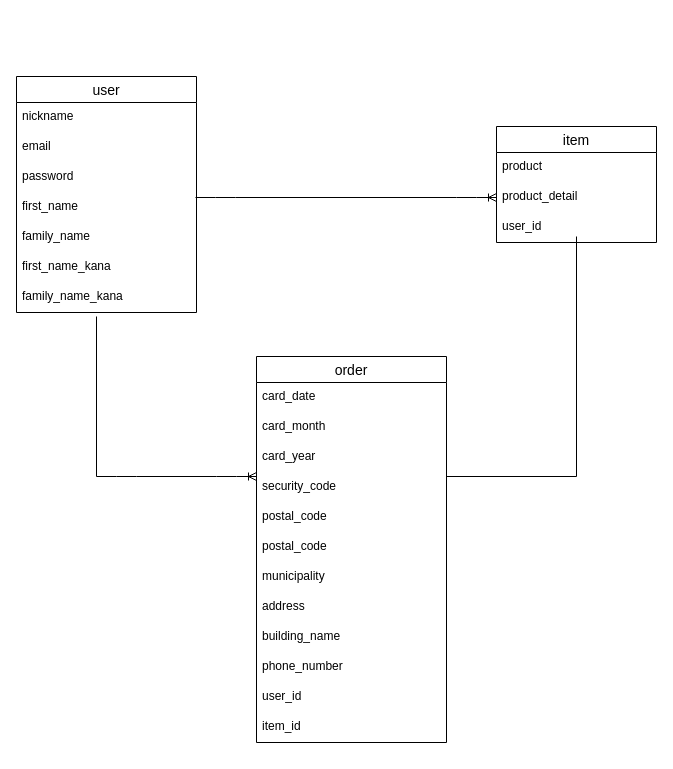
This is er.dio from sasaotomofumi/furima31990, a draw.io file, before an edit. Source tidied: cells renumbered, new cells numbered last; positions are measured from the earlier drawing's top-left corner, leaving out a move shared by most shapes. Both pictures are drawn from the tidied source at 100%, with x=0, y=0 at pixel (16, 76).
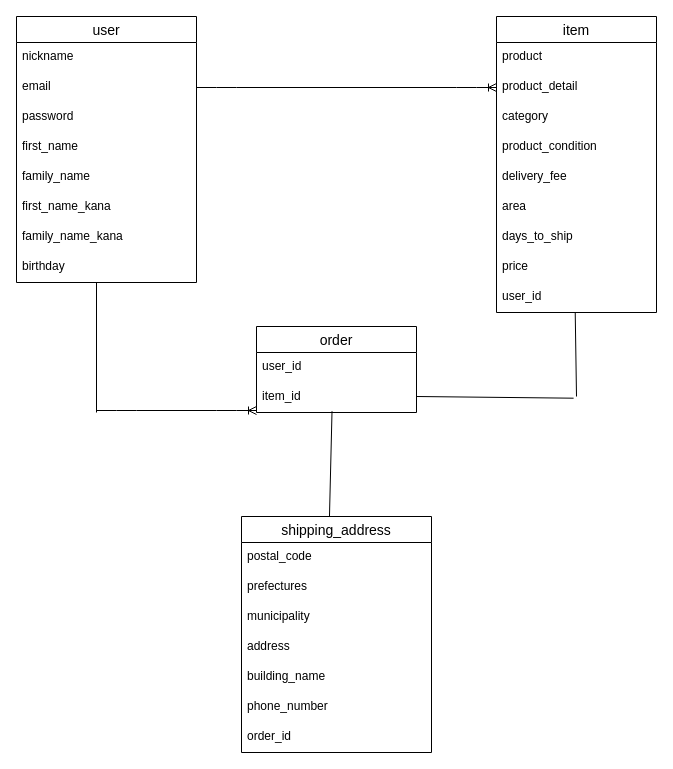
The same page after the edit.

Commit message (it also covers changes not shown here):
READEMEデータベース設計修正

Unchanged cells that the change refers to:
```xml
<mxCell id="4" value="email" style="text;strokeColor=none;fillColor=none;spacingLeft=4;spacingRight=4;overflow=hidden;points=[[0,0.5],[1,0.5]];portConstraint=eastwest;fontSize=12;" parent="2" vertex="1">
  <mxGeometry y="56" width="180" height="30" as="geometry" />
</mxCell>
```

The edit, as a diff of the source:
```diff
@@
+    <mxCell id="23" style="edgeStyle=entityRelationEdgeStyle;fontSize=12;html=1;endArrow=ERoneToMany;entryX=0;entryY=0.5;entryDx=0;entryDy=0;exitX=1;exitY=0.5;exitDx=0;exitDy=0;" parent="1" edge="1" source="4" target="26">
+      <mxGeometry relative="1" as="geometry" />
+    </mxCell>
+    <mxCell id="29" style="edgeStyle=entityRelationEdgeStyle;fontSize=12;html=1;endArrow=ERoneToMany;" parent="1" edge="1">
+      <mxGeometry relative="1" as="geometry">
+        <mxPoint x="80" y="334" as="sourcePoint" />
+        <mxPoint x="240" y="334" as="targetPoint" />
+      </mxGeometry>
+    </mxCell>
+    <mxCell id="30" style="endArrow=none;html=1;rounded=0;" parent="1" edge="1">
+      <mxGeometry relative="1" as="geometry">
+        <mxPoint x="80" y="206" as="sourcePoint" />
+        <mxPoint x="80" y="336" as="targetPoint" />
+      </mxGeometry>
+    </mxCell>
+    <mxCell id="31" style="endArrow=none;html=1;rounded=0;exitX=1.018;exitY=0.744;exitDx=0;exitDy=0;exitPerimeter=0;" parent="1" edge="1">
+      <mxGeometry relative="1" as="geometry">
+        <mxPoint x="400" y="320" as="sourcePoint" />
+        <mxPoint x="557.1" y="321.7" as="targetPoint" />
+      </mxGeometry>
+    </mxCell>
+    <mxCell id="28" style="endArrow=none;html=1;rounded=0;exitX=0.492;exitY=0.998;exitDx=0;exitDy=0;exitPerimeter=0;" parent="1" edge="1" source="39">
+      <mxGeometry relative="1" as="geometry">
+        <mxPoint x="560" y="320" as="targetPoint" />
+      </mxGeometry>
+    </mxCell>
     <mxCell id="2" value="user" style="swimlane;fontStyle=0;horizontal=1;startSize=26;align=center;fontSize=14;" parent="1" vertex="1">
-      <mxGeometry width="180" height="236" as="geometry" />
+      <mxGeometry y="-60" width="180" height="266" as="geometry" />
     </mxCell>
@@
+    <mxCell id="32" value="birthday" style="text;strokeColor=none;fillColor=none;spacingLeft=4;spacingRight=4;overflow=hidden;fontSize=12;" parent="2" vertex="1">
+      <mxGeometry y="236" width="180" height="30" as="geometry" />
+    </mxCell>
+    <mxCell id="24" value="item" style="swimlane;fontStyle=0;horizontal=1;startSize=26;align=center;fontSize=14;" parent="1" vertex="1">
+      <mxGeometry x="480" y="-60" width="160" height="296" as="geometry" />
+    </mxCell>
+    <mxCell id="25" value="product" style="text;strokeColor=none;fillColor=none;spacingLeft=4;spacingRight=4;overflow=hidden;fontSize=12;" parent="24" vertex="1">
+      <mxGeometry y="26" width="160" height="30" as="geometry" />
+    </mxCell>
+    <mxCell id="26" value="product_detail" style="text;strokeColor=none;fillColor=none;spacingLeft=4;spacingRight=4;overflow=hidden;points=[[0,0.5],[1,0.5]];portConstraint=eastwest;fontSize=12;" parent="24" vertex="1">
+      <mxGeometry y="56" width="160" height="30" as="geometry" />
+    </mxCell>
+    <mxCell id="33" value="category" style="text;strokeColor=none;fillColor=none;spacingLeft=4;spacingRight=4;overflow=hidden;fontSize=12;" parent="24" vertex="1">
+      <mxGeometry y="86" width="160" height="30" as="geometry" />
+    </mxCell>
+    <mxCell id="34" value="product_condition" style="text;strokeColor=none;fillColor=none;spacingLeft=4;spacingRight=4;overflow=hidden;fontSize=12;" parent="24" vertex="1">
+      <mxGeometry y="116" width="160" height="30" as="geometry" />
+    </mxCell>
+    <mxCell id="35" value="delivery_fee" style="text;strokeColor=none;fillColor=none;spacingLeft=4;spacingRight=4;overflow=hidden;fontSize=12;" parent="24" vertex="1">
+      <mxGeometry y="146" width="160" height="30" as="geometry" />
+    </mxCell>
+    <mxCell id="36" value="area" style="text;strokeColor=none;fillColor=none;spacingLeft=4;spacingRight=4;overflow=hidden;fontSize=12;" parent="24" vertex="1">
+      <mxGeometry y="176" width="160" height="30" as="geometry" />
+    </mxCell>
+    <mxCell id="37" value="days_to_ship" style="text;strokeColor=none;fillColor=none;spacingLeft=4;spacingRight=4;overflow=hidden;fontSize=12;" parent="24" vertex="1">
+      <mxGeometry y="206" width="160" height="30" as="geometry" />
+    </mxCell>
+    <mxCell id="38" value="price&#10;" style="text;strokeColor=none;fillColor=none;spacingLeft=4;spacingRight=4;overflow=hidden;fontSize=12;" parent="24" vertex="1">
+      <mxGeometry y="236" width="160" height="30" as="geometry" />
+    </mxCell>
+    <mxCell id="39" value="user_id" style="text;strokeColor=none;fillColor=none;spacingLeft=4;spacingRight=4;overflow=hidden;points=[[0,0.5],[1,0.5]];portConstraint=eastwest;fontSize=12;" parent="24" vertex="1">
+      <mxGeometry y="266" width="160" height="30" as="geometry" />
+    </mxCell>
+    <mxCell id="40" value="order" style="swimlane;fontStyle=0;horizontal=1;startSize=26;align=center;fontSize=14;" parent="1" vertex="1">
+      <mxGeometry x="240" y="250" width="160" height="86" as="geometry" />
+    </mxCell>
+    <mxCell id="41" value="user_id" style="text;strokeColor=none;fillColor=none;spacingLeft=4;spacingRight=4;overflow=hidden;fontSize=12;" parent="40" vertex="1">
+      <mxGeometry y="26" width="160" height="30" as="geometry" />
+    </mxCell>
+    <mxCell id="22" value="item_id" style="text;strokeColor=none;fillColor=none;spacingLeft=4;spacingRight=4;overflow=hidden;points=[[0,0.5],[1,0.5]];portConstraint=eastwest;fontSize=12;" parent="40" vertex="1">
+      <mxGeometry y="56" width="160" height="30" as="geometry" />
+    </mxCell>
-    <mxCell id="10" value="order" style="swimlane;fontStyle=0;horizontal=1;startSize=26;align=center;fontSize=14;" parent="1" vertex="1">
-      <mxGeometry x="240" y="280" width="190" height="386" as="geometry" />
+    <mxCell id="10" value="shipping_address" style="swimlane;fontStyle=0;horizontal=1;startSize=26;align=center;fontSize=14;" parent="1" vertex="1">
+      <mxGeometry x="225" y="440" width="190" height="236" as="geometry" />
     </mxCell>
-    <mxCell id="11" value="card_date" style="text;strokeColor=none;fillColor=none;spacingLeft=4;spacingRight=4;overflow=hidden;fontSize=12;" parent="10" vertex="1">
-      <mxGeometry y="26" width="190" height="30" as="geometry" />
-    </mxCell>
-    <mxCell id="12" value="card_month" style="text;strokeColor=none;fillColor=none;spacingLeft=4;spacingRight=4;overflow=hidden;fontSize=12;" parent="10" vertex="1">
-      <mxGeometry y="56" width="190" height="30" as="geometry" />
-    </mxCell>
-    <mxCell id="13" value="card_year" style="text;strokeColor=none;fillColor=none;spacingLeft=4;spacingRight=4;overflow=hidden;fontSize=12;" parent="10" vertex="1">
-      <mxGeometry y="86" width="190" height="30" as="geometry" />
-    </mxCell>
-    <mxCell id="14" value="security_code" style="text;strokeColor=none;fillColor=none;spacingLeft=4;spacingRight=4;overflow=hidden;fontSize=12;" parent="10" vertex="1">
-      <mxGeometry y="116" width="190" height="30" as="geometry" />
-    </mxCell>
     <mxCell id="15" value="postal_code" style="text;strokeColor=none;fillColor=none;spacingLeft=4;spacingRight=4;overflow=hidden;fontSize=12;" parent="10" vertex="1">
-      <mxGeometry y="146" width="190" height="30" as="geometry" />
+      <mxGeometry y="26" width="190" height="30" as="geometry" />
     </mxCell>
-    <mxCell id="16" value="postal_code" style="text;strokeColor=none;fillColor=none;spacingLeft=4;spacingRight=4;overflow=hidden;fontSize=12;" parent="10" vertex="1">
-      <mxGeometry y="176" width="190" height="30" as="geometry" />
+    <mxCell id="16" value="prefectures" style="text;strokeColor=none;fillColor=none;spacingLeft=4;spacingRight=4;overflow=hidden;fontSize=12;" parent="10" vertex="1">
+      <mxGeometry y="56" width="190" height="30" as="geometry" />
     </mxCell>
     <mxCell id="17" value="municipality" style="text;strokeColor=none;fillColor=none;spacingLeft=4;spacingRight=4;overflow=hidden;fontSize=12;" parent="10" vertex="1">
-      <mxGeometry y="206" width="190" height="30" as="geometry" />
+      <mxGeometry y="86" width="190" height="30" as="geometry" />
     </mxCell>
     <mxCell id="18" value="address" style="text;strokeColor=none;fillColor=none;spacingLeft=4;spacingRight=4;overflow=hidden;fontSize=12;" parent="10" vertex="1">
-      <mxGeometry y="236" width="190" height="30" as="geometry" />
+      <mxGeometry y="116" width="190" height="30" as="geometry" />
     </mxCell>
     <mxCell id="19" value="building_name" style="text;strokeColor=none;fillColor=none;spacingLeft=4;spacingRight=4;overflow=hidden;fontSize=12;" parent="10" vertex="1">
-      <mxGeometry y="266" width="190" height="30" as="geometry" />
+      <mxGeometry y="146" width="190" height="30" as="geometry" />
     </mxCell>
     <mxCell id="20" value="phone_number" style="text;strokeColor=none;fillColor=none;spacingLeft=4;spacingRight=4;overflow=hidden;fontSize=12;" parent="10" vertex="1">
-      <mxGeometry y="296" width="190" height="30" as="geometry" />
+      <mxGeometry y="176" width="190" height="30" as="geometry" />
     </mxCell>
-    <mxCell id="21" value="user_id" style="text;strokeColor=none;fillColor=none;spacingLeft=4;spacingRight=4;overflow=hidden;fontSize=12;" parent="10" vertex="1">
-      <mxGeometry y="326" width="190" height="30" as="geometry" />
-    </mxCell>
-    <mxCell id="22" value="item_id" style="text;strokeColor=none;fillColor=none;spacingLeft=4;spacingRight=4;overflow=hidden;points=[[0,0.5],[1,0.5]];portConstraint=eastwest;fontSize=12;" parent="10" vertex="1">
-      <mxGeometry y="356" width="190" height="30" as="geometry" />
-    </mxCell>
-    <mxCell id="23" style="edgeStyle=entityRelationEdgeStyle;fontSize=12;html=1;endArrow=ERoneToMany;entryX=0;entryY=0.5;entryDx=0;entryDy=0;" parent="1" edge="1" target="26">
-      <mxGeometry relative="1" as="geometry">
-        <mxPoint x="179" y="121" as="sourcePoint" />
-      </mxGeometry>
-    </mxCell>
-    <mxCell id="24" value="item" style="swimlane;fontStyle=0;horizontal=1;startSize=26;align=center;fontSize=14;" parent="1" vertex="1">
-      <mxGeometry x="480" y="50" width="160" height="116" as="geometry" />
-    </mxCell>
-    <mxCell id="25" value="product" style="text;strokeColor=none;fillColor=none;spacingLeft=4;spacingRight=4;overflow=hidden;fontSize=12;" parent="24" vertex="1">
-      <mxGeometry y="26" width="160" height="30" as="geometry" />
-    </mxCell>
-    <mxCell id="26" value="product_detail" style="text;strokeColor=none;fillColor=none;spacingLeft=4;spacingRight=4;overflow=hidden;points=[[0,0.5],[1,0.5]];portConstraint=eastwest;fontSize=12;" parent="24" vertex="1">
-      <mxGeometry y="56" width="160" height="30" as="geometry" />
-    </mxCell>
-    <mxCell id="27" value="user_id" style="text;strokeColor=none;fillColor=none;spacingLeft=4;spacingRight=4;overflow=hidden;fontSize=12;" parent="24" vertex="1">
-      <mxGeometry y="86" width="160" height="30" as="geometry" />
-    </mxCell>
-    <mxCell id="28" style="endArrow=none;html=1;rounded=0;" parent="24" edge="1">
-      <mxGeometry relative="1" as="geometry">
-        <mxPoint x="80" y="110" as="sourcePoint" />
-        <mxPoint x="80" y="350" as="targetPoint" />
-      </mxGeometry>
-    </mxCell>
-    <mxCell id="29" style="edgeStyle=entityRelationEdgeStyle;fontSize=12;html=1;endArrow=ERoneToMany;" parent="1" edge="1">
-      <mxGeometry relative="1" as="geometry">
-        <mxPoint x="80" y="400" as="sourcePoint" />
-        <mxPoint x="240" y="400" as="targetPoint" />
-      </mxGeometry>
-    </mxCell>
-    <mxCell id="30" style="endArrow=none;html=1;rounded=0;" parent="1" edge="1">
-      <mxGeometry relative="1" as="geometry">
-        <mxPoint x="80" y="240" as="sourcePoint" />
-        <mxPoint x="80" y="400" as="targetPoint" />
-      </mxGeometry>
-    </mxCell>
-    <mxCell id="31" style="endArrow=none;html=1;rounded=0;" parent="1" edge="1">
-      <mxGeometry relative="1" as="geometry">
-        <mxPoint x="430" y="400" as="sourcePoint" />
-        <mxPoint x="560" y="400" as="targetPoint" />
-      </mxGeometry>
-    </mxCell>
+    <mxCell id="42" value="order_id" style="text;strokeColor=none;fillColor=none;spacingLeft=4;spacingRight=4;overflow=hidden;fontSize=12;" parent="10" vertex="1">
+      <mxGeometry y="206" width="190" height="30" as="geometry" />
+    </mxCell>
+    <mxCell id="43" style="endArrow=none;html=1;rounded=0;exitX=0.472;exitY=0.957;exitDx=0;exitDy=0;exitPerimeter=0;entryX=0.463;entryY=0.001;entryDx=0;entryDy=0;entryPerimeter=0;" parent="1" edge="1" source="22" target="10">
+      <mxGeometry relative="1" as="geometry" />
+    </mxCell>
```
